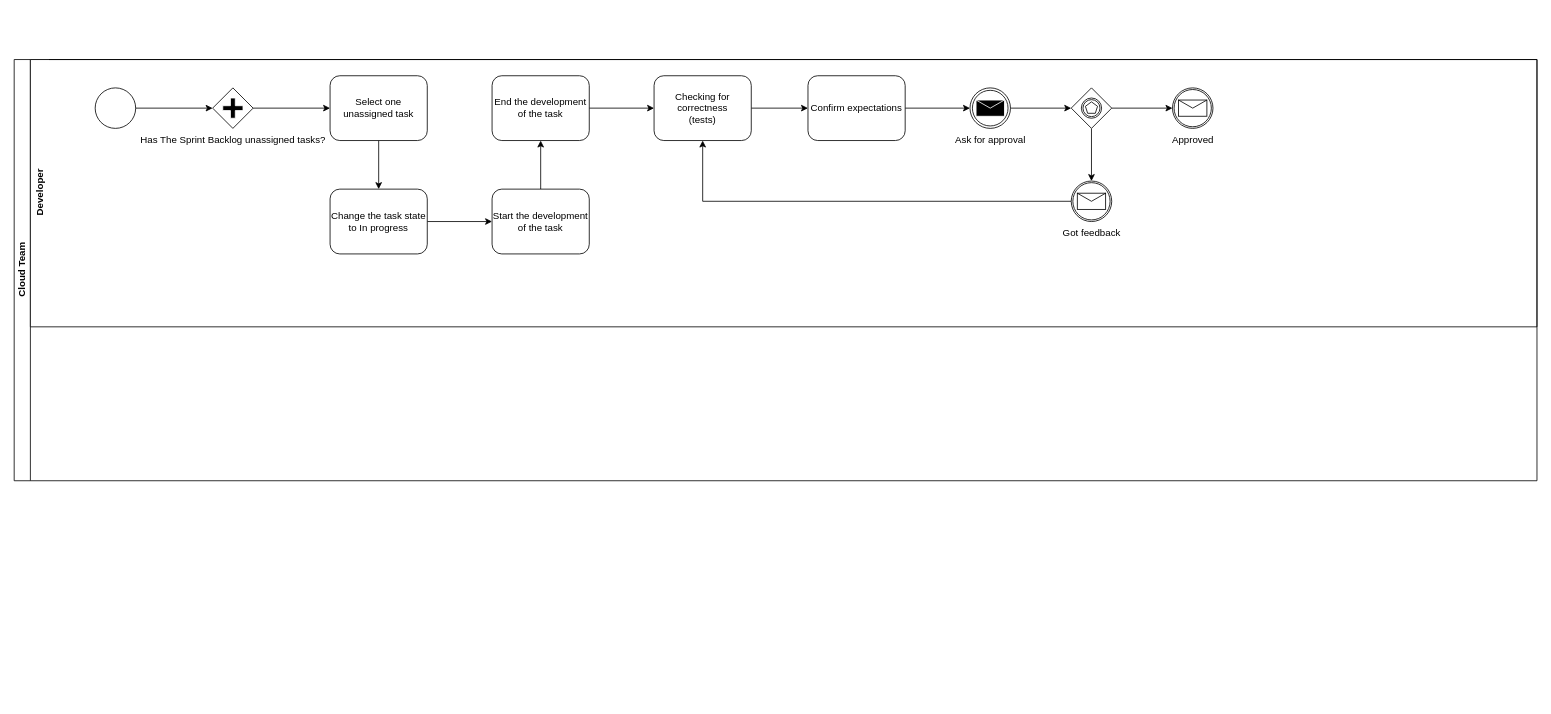
m1guel/diagrams keeps this draw.io diagram as combiq/DevelopmentWorkBPMN.drawio. Above is the earlier version. Source tidied: cells renumbered, new cells numbered last; positions are measured from the earlier drawing's top-left corner, leaving out a move shared by most shapes. Both pictures are drawn from the tidied source at 81%, with x=0, y=0 at pixel (14, 59).
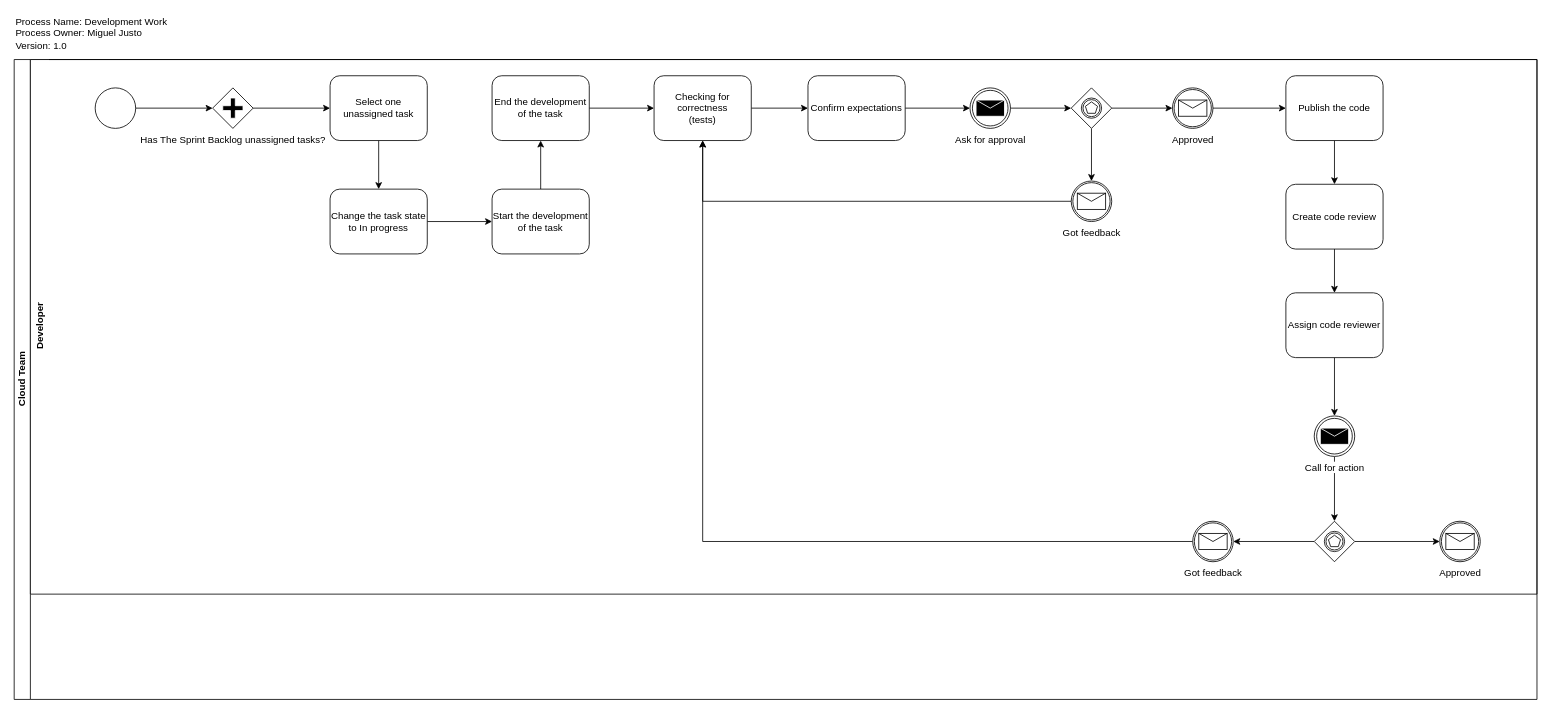
The same diagram, later.

Unchanged cells that the change refers to:
```xml
<mxCell id="17" value="Checking for correctness&lt;br&gt;(tests)&lt;br&gt;" style="shape=ext;rounded=1;html=1;whiteSpace=wrap;" parent="3" vertex="1">
  <mxGeometry x="770" y="20" width="120" height="80" as="geometry" />
</mxCell>
<mxCell id="25" value="Approved" style="shape=mxgraph.bpmn.shape;html=1;verticalLabelPosition=bottom;labelBackgroundColor=#ffffff;verticalAlign=top;align=center;perimeter=ellipsePerimeter;outlineConnect=0;outline=boundInt;symbol=message;" parent="3" vertex="1">
  <mxGeometry x="1410" y="35" width="50" height="50" as="geometry" />
</mxCell>
```

Change to the diagram source:
```diff
@@
     <mxCell id="2" value="Cloud Team" style="swimlane;html=1;horizontal=0;startSize=20;" parent="1" vertex="1">
-      <mxGeometry width="1880" height="520" as="geometry" />
+      <mxGeometry width="1880" height="790" as="geometry" />
     </mxCell>
     <mxCell id="3" value="Developer" style="swimlane;html=1;horizontal=0;swimlaneLine=0;" parent="2" vertex="1">
-      <mxGeometry x="20" width="1860" height="330" as="geometry" />
+      <mxGeometry x="20" width="1860" height="660" as="geometry" />
     </mxCell>
@@
+    <mxCell id="28" style="edgeStyle=orthogonalEdgeStyle;rounded=0;jettySize=auto;html=1;exitX=1;exitY=0.5;exitDx=0;exitDy=0;entryX=0;entryY=0.5;entryDx=0;entryDy=0;" parent="3" edge="1" source="25" target="30">
+      <mxGeometry relative="1" as="geometry" />
+    </mxCell>
@@
+    <mxCell id="29" style="edgeStyle=orthogonalEdgeStyle;rounded=0;jettySize=auto;html=1;exitX=0.5;exitY=1;exitDx=0;exitDy=0;entryX=0.5;entryY=0;entryDx=0;entryDy=0;" parent="3" edge="1" source="30" target="32">
+      <mxGeometry relative="1" as="geometry" />
+    </mxCell>
+    <mxCell id="30" value="Publish the code" style="shape=ext;rounded=1;html=1;whiteSpace=wrap;" parent="3" vertex="1">
+      <mxGeometry x="1550" y="20" width="120" height="80" as="geometry" />
+    </mxCell>
+    <mxCell id="31" style="edgeStyle=orthogonalEdgeStyle;rounded=0;jettySize=auto;html=1;exitX=0.5;exitY=1;exitDx=0;exitDy=0;entryX=0.5;entryY=0;entryDx=0;entryDy=0;" parent="3" edge="1" source="32" target="34">
+      <mxGeometry relative="1" as="geometry" />
+    </mxCell>
+    <mxCell id="32" value="Create code review" style="shape=ext;rounded=1;html=1;whiteSpace=wrap;" parent="3" vertex="1">
+      <mxGeometry x="1550" y="154" width="120" height="80" as="geometry" />
+    </mxCell>
+    <mxCell id="33" style="edgeStyle=orthogonalEdgeStyle;rounded=0;jettySize=auto;html=1;exitX=0.5;exitY=1;exitDx=0;exitDy=0;entryX=0.5;entryY=0;entryDx=0;entryDy=0;" parent="3" edge="1" source="34" target="36">
+      <mxGeometry relative="1" as="geometry" />
+    </mxCell>
+    <mxCell id="34" value="Assign code reviewer" style="shape=ext;rounded=1;html=1;whiteSpace=wrap;" parent="3" vertex="1">
+      <mxGeometry x="1550" y="288" width="120" height="80" as="geometry" />
+    </mxCell>
+    <mxCell id="35" style="edgeStyle=orthogonalEdgeStyle;rounded=0;jettySize=auto;html=1;exitX=0.5;exitY=1;exitDx=0;exitDy=0;" parent="3" edge="1" source="36" target="39">
+      <mxGeometry relative="1" as="geometry" />
+    </mxCell>
+    <mxCell id="36" value="Call for action" style="shape=mxgraph.bpmn.shape;html=1;verticalLabelPosition=bottom;labelBackgroundColor=#ffffff;verticalAlign=top;align=center;perimeter=ellipsePerimeter;outlineConnect=0;outline=throwing;symbol=message;" parent="3" vertex="1">
+      <mxGeometry x="1585" y="440" width="50" height="50" as="geometry" />
+    </mxCell>
+    <mxCell id="37" style="edgeStyle=orthogonalEdgeStyle;rounded=0;jettySize=auto;html=1;exitX=0;exitY=0.5;exitDx=0;exitDy=0;entryX=1;entryY=0.5;entryDx=0;entryDy=0;" parent="3" edge="1" source="39" target="41">
+      <mxGeometry relative="1" as="geometry" />
+    </mxCell>
+    <mxCell id="38" style="edgeStyle=orthogonalEdgeStyle;rounded=0;jettySize=auto;html=1;exitX=1;exitY=0.5;exitDx=0;exitDy=0;" parent="3" edge="1" source="39" target="42">
+      <mxGeometry relative="1" as="geometry" />
+    </mxCell>
+    <mxCell id="39" style="shape=mxgraph.bpmn.shape;html=1;verticalLabelPosition=bottom;labelBackgroundColor=#ffffff;verticalAlign=top;align=center;perimeter=rhombusPerimeter;background=gateway;outlineConnect=0;outline=boundInt;symbol=multiple;" parent="3" vertex="1">
+      <mxGeometry x="1585" y="570" width="50" height="50" as="geometry" />
+    </mxCell>
+    <mxCell id="40" style="edgeStyle=orthogonalEdgeStyle;rounded=0;jettySize=auto;html=1;exitX=0;exitY=0.5;exitDx=0;exitDy=0;entryX=0.5;entryY=1;entryDx=0;entryDy=0;" parent="3" edge="1" source="41" target="17">
+      <mxGeometry relative="1" as="geometry" />
+    </mxCell>
+    <mxCell id="41" value="Got feedback" style="shape=mxgraph.bpmn.shape;html=1;verticalLabelPosition=bottom;labelBackgroundColor=#ffffff;verticalAlign=top;align=center;perimeter=ellipsePerimeter;outlineConnect=0;outline=boundInt;symbol=message;" parent="3" vertex="1">
+      <mxGeometry x="1435" y="570" width="50" height="50" as="geometry" />
+    </mxCell>
+    <mxCell id="42" value="Approved" style="shape=mxgraph.bpmn.shape;html=1;verticalLabelPosition=bottom;labelBackgroundColor=#ffffff;verticalAlign=top;align=center;perimeter=ellipsePerimeter;outlineConnect=0;outline=boundInt;symbol=message;" parent="3" vertex="1">
+      <mxGeometry x="1740" y="570" width="50" height="50" as="geometry" />
+    </mxCell>
+    <mxCell id="43" value="Process Name: Development Work&lt;br&gt;Process Owner: Miguel Justo&lt;br&gt;Version: 1.0&lt;br&gt;" style="text;html=1;align=left;verticalAlign=top;spacingTop=-4;" parent="1" vertex="1">
+      <mxGeometry y="-56" width="200" height="40" as="geometry" />
+    </mxCell>
```
